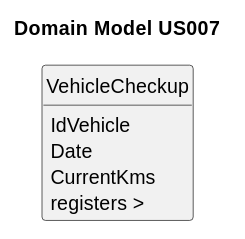
Above: docs/sprintA/us007/02.analysis/svg/us007-domain-model-Domain_Model_US007.svg in RicardoMorim/lapr2-ISEP-Project (PlantUML), before the change.
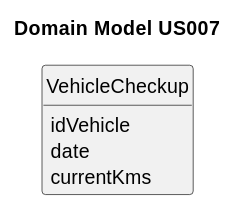
Above is the later version.

Change to the diagram source:
```diff
@@ -11,10 +11,8 @@
 title Domain Model US007
 
 class VehicleCheckup {
-    IdVehicle
-    Date
-    CurrentKms
+    idVehicle
+    date
+    currentKms
 }
-
-VehicleCheckup : registers >
 @enduml
```
